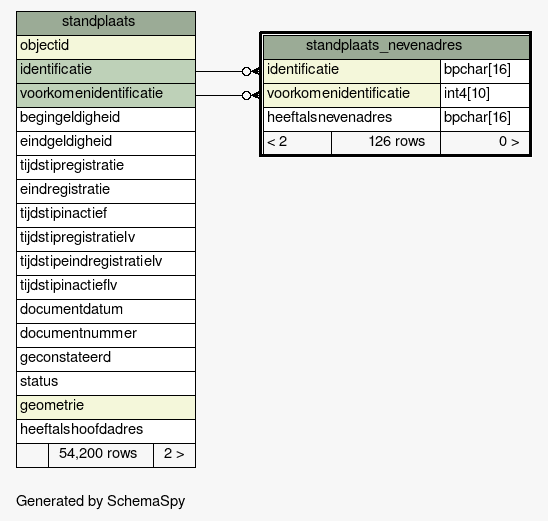
This is datamodel/schemaspy/bag/diagrams/standplaats_nevenadres.1degree.png from B3Partners/brmo, a Graphviz export, as it was before one commit. Its source is kept beside it as datamodel/schemaspy/bag/diagrams/standplaats_nevenadres.1degree.dot. The source it was exported from:
```dot
digraph "oneDegreeRelationshipsDiagram" {
  graph [
    rankdir="RL"
    bgcolor="#f7f7f7"
    label="\nGenerated by SchemaSpy"
    labeljust="l"
    nodesep="0.18"
    ranksep="0.46"
    fontname="Helvetica"
    fontsize="11"
  ];
  node [
    fontname="Helvetica"
    fontsize="11"
    shape="plaintext"
  ];
  edge [
    arrowsize="0.8"
  ];
  "standplaats_nevenadres":"identificatie":w -> "standplaats":"identificatie":e [arrowhead=none dir=back arrowtail=crowodot];
  "standplaats_nevenadres":"voorkomenidentificatie":w -> "standplaats":"voorkomenidentificatie":e [arrowhead=none dir=back arrowtail=crowodot];
  "standplaats" [
    label=<
    <TABLE BORDER="0" CELLBORDER="1" CELLSPACING="0" BGCOLOR="#ffffff">
      <TR><TD COLSPAN="3" BGCOLOR="#9bab96" ALIGN="CENTER">standplaats</TD></TR>
      <TR><TD PORT="objectid" COLSPAN="3" BGCOLOR="#f4f7da" ALIGN="LEFT">objectid</TD></TR>
      <TR><TD PORT="identificatie" COLSPAN="3" BGCOLOR="#bed1b8" ALIGN="LEFT">identificatie</TD></TR>
      <TR><TD PORT="voorkomenidentificatie" COLSPAN="3" BGCOLOR="#bed1b8" ALIGN="LEFT">voorkomenidentificatie</TD></TR>
      <TR><TD PORT="begingeldigheid" COLSPAN="3" ALIGN="LEFT">begingeldigheid</TD></TR>
      <TR><TD PORT="eindgeldigheid" COLSPAN="3" ALIGN="LEFT">eindgeldigheid</TD></TR>
      <TR><TD PORT="tijdstipregistratie" COLSPAN="3" ALIGN="LEFT">tijdstipregistratie</TD></TR>
      <TR><TD PORT="eindregistratie" COLSPAN="3" ALIGN="LEFT">eindregistratie</TD></TR>
      <TR><TD PORT="tijdstipinactief" COLSPAN="3" ALIGN="LEFT">tijdstipinactief</TD></TR>
      <TR><TD PORT="tijdstipregistratielv" COLSPAN="3" ALIGN="LEFT">tijdstipregistratielv</TD></TR>
      <TR><TD PORT="tijdstipeindregistratielv" COLSPAN="3" ALIGN="LEFT">tijdstipeindregistratielv</TD></TR>
      <TR><TD PORT="tijdstipinactieflv" COLSPAN="3" ALIGN="LEFT">tijdstipinactieflv</TD></TR>
      <TR><TD PORT="documentdatum" COLSPAN="3" ALIGN="LEFT">documentdatum</TD></TR>
      <TR><TD PORT="documentnummer" COLSPAN="3" ALIGN="LEFT">documentnummer</TD></TR>
      <TR><TD PORT="geconstateerd" COLSPAN="3" ALIGN="LEFT">geconstateerd</TD></TR>
      <TR><TD PORT="status" COLSPAN="3" ALIGN="LEFT">status</TD></TR>
      <TR><TD PORT="geometrie" COLSPAN="3" BGCOLOR="#f4f7da" ALIGN="LEFT">geometrie</TD></TR>
      <TR><TD PORT="heeftalshoofdadres" COLSPAN="3" ALIGN="LEFT">heeftalshoofdadres</TD></TR>
      <TR><TD ALIGN="LEFT" BGCOLOR="#f7f7f7">  </TD><TD ALIGN="RIGHT" BGCOLOR="#f7f7f7">54,200 rows</TD><TD ALIGN="RIGHT" BGCOLOR="#f7f7f7">2 &gt;</TD></TR>
    </TABLE>>
    URL="standplaats.html"
    tooltip="standplaats"
  ];
  "standplaats_nevenadres" [
    label=<
    <TABLE BORDER="2" CELLBORDER="1" CELLSPACING="0" BGCOLOR="#ffffff">
      <TR><TD COLSPAN="3" BGCOLOR="#9bab96" ALIGN="CENTER">standplaats_nevenadres</TD></TR>
      <TR><TD PORT="identificatie" COLSPAN="2" BGCOLOR="#f4f7da" ALIGN="LEFT">identificatie</TD><TD PORT="identificatie.type" ALIGN="LEFT">bpchar[16]</TD></TR>
      <TR><TD PORT="voorkomenidentificatie" COLSPAN="2" BGCOLOR="#f4f7da" ALIGN="LEFT">voorkomenidentificatie</TD><TD PORT="voorkomenidentificatie.type" ALIGN="LEFT">int4[10]</TD></TR>
      <TR><TD PORT="heeftalsnevenadres" COLSPAN="2" ALIGN="LEFT">heeftalsnevenadres</TD><TD PORT="heeftalsnevenadres.type" ALIGN="LEFT">bpchar[16]</TD></TR>
      <TR><TD ALIGN="LEFT" BGCOLOR="#f7f7f7">&lt; 2</TD><TD ALIGN="RIGHT" BGCOLOR="#f7f7f7">126 rows</TD><TD ALIGN="RIGHT" BGCOLOR="#f7f7f7">0 &gt;</TD></TR>
    </TABLE>>
    URL="standplaats_nevenadres.html"
    tooltip="standplaats_nevenadres"
  ];
}
```
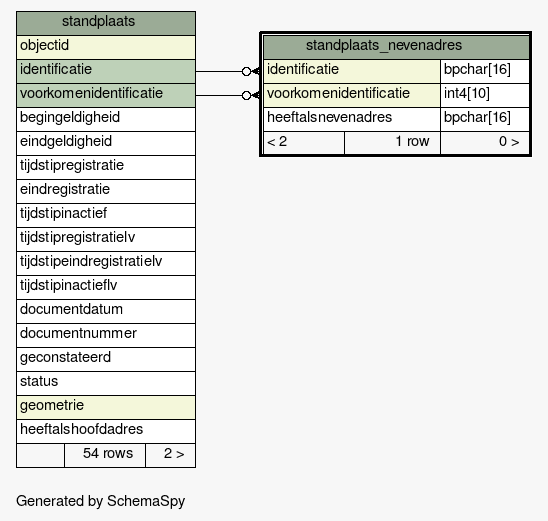
The same diagram one commit later.

What changed in the source:
```diff
@@ -40,7 +40,7 @@
       <TR><TD PORT="status" COLSPAN="3" ALIGN="LEFT">status</TD></TR>
       <TR><TD PORT="geometrie" COLSPAN="3" BGCOLOR="#f4f7da" ALIGN="LEFT">geometrie</TD></TR>
       <TR><TD PORT="heeftalshoofdadres" COLSPAN="3" ALIGN="LEFT">heeftalshoofdadres</TD></TR>
-      <TR><TD ALIGN="LEFT" BGCOLOR="#f7f7f7">  </TD><TD ALIGN="RIGHT" BGCOLOR="#f7f7f7">54,200 rows</TD><TD ALIGN="RIGHT" BGCOLOR="#f7f7f7">2 &gt;</TD></TR>
+      <TR><TD ALIGN="LEFT" BGCOLOR="#f7f7f7">  </TD><TD ALIGN="RIGHT" BGCOLOR="#f7f7f7">54 rows</TD><TD ALIGN="RIGHT" BGCOLOR="#f7f7f7">2 &gt;</TD></TR>
     </TABLE>>
     URL="standplaats.html"
     tooltip="standplaats"
@@ -52,7 +52,7 @@
       <TR><TD PORT="identificatie" COLSPAN="2" BGCOLOR="#f4f7da" ALIGN="LEFT">identificatie</TD><TD PORT="identificatie.type" ALIGN="LEFT">bpchar[16]</TD></TR>
       <TR><TD PORT="voorkomenidentificatie" COLSPAN="2" BGCOLOR="#f4f7da" ALIGN="LEFT">voorkomenidentificatie</TD><TD PORT="voorkomenidentificatie.type" ALIGN="LEFT">int4[10]</TD></TR>
       <TR><TD PORT="heeftalsnevenadres" COLSPAN="2" ALIGN="LEFT">heeftalsnevenadres</TD><TD PORT="heeftalsnevenadres.type" ALIGN="LEFT">bpchar[16]</TD></TR>
-      <TR><TD ALIGN="LEFT" BGCOLOR="#f7f7f7">&lt; 2</TD><TD ALIGN="RIGHT" BGCOLOR="#f7f7f7">126 rows</TD><TD ALIGN="RIGHT" BGCOLOR="#f7f7f7">0 &gt;</TD></TR>
+      <TR><TD ALIGN="LEFT" BGCOLOR="#f7f7f7">&lt; 2</TD><TD ALIGN="RIGHT" BGCOLOR="#f7f7f7">1 row</TD><TD ALIGN="RIGHT" BGCOLOR="#f7f7f7">0 &gt;</TD></TR>
     </TABLE>>
     URL="standplaats_nevenadres.html"
     tooltip="standplaats_nevenadres"
```
